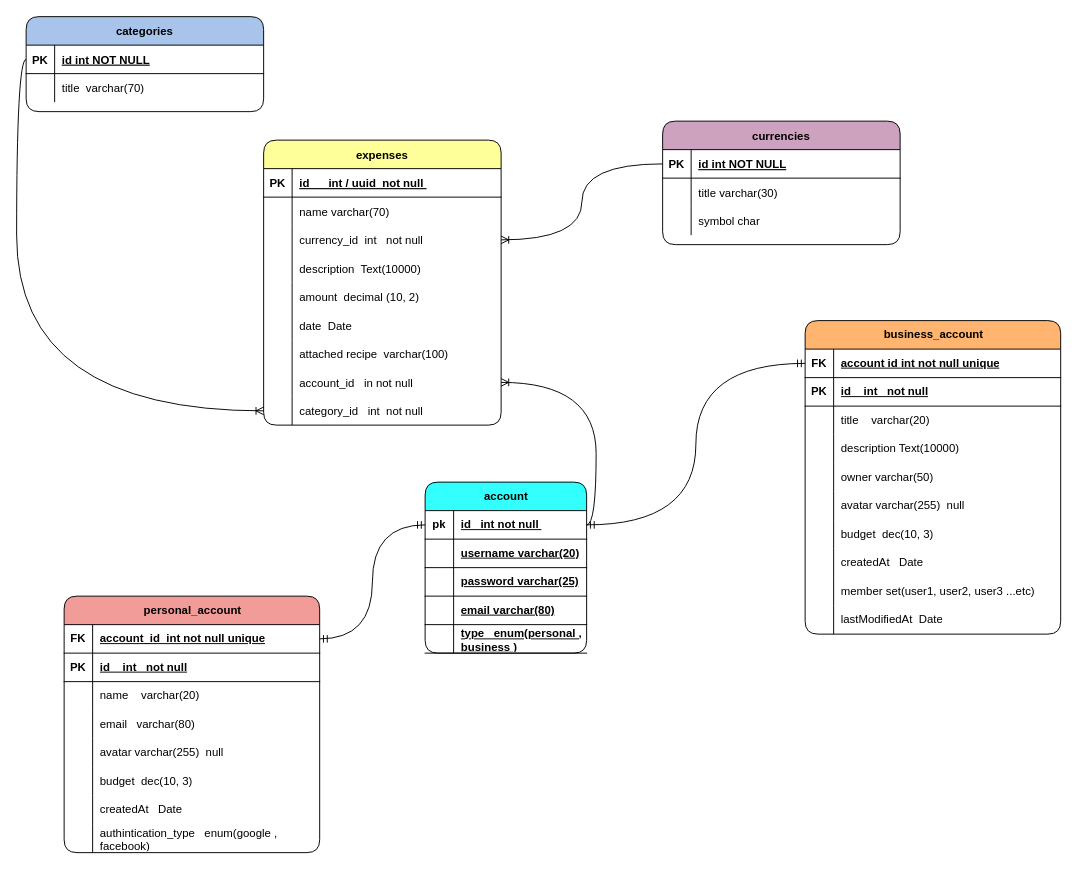
This is Untitled Diagram.drawio from aya-soghayyer/expense-tracker, a draw.io file, before an edit. Source tidied: cells renumbered, new cells numbered last; positions are measured from the earlier drawing's top-left corner, leaving out a move shared by most shapes. Both pictures are drawn from the tidied source at 95%, with x=0, y=0 at pixel (26, 16).
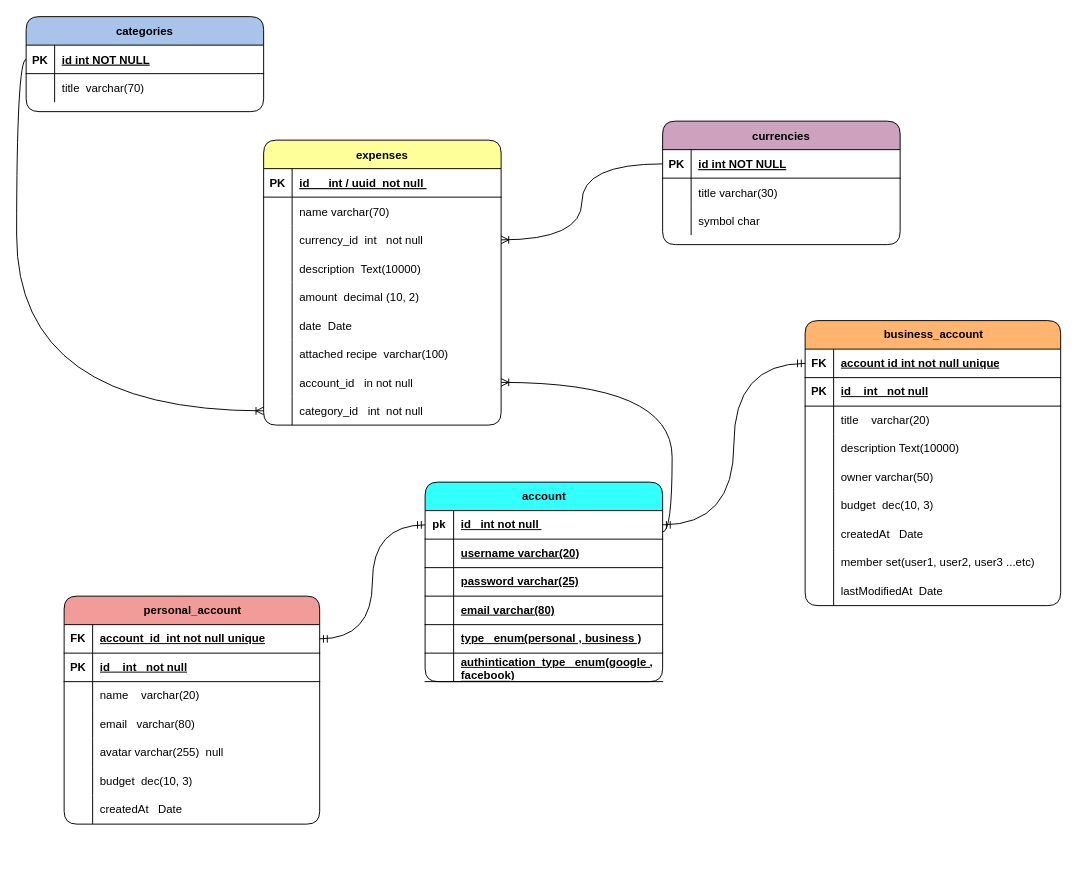
The same page after the edit.

What changed in the source:
```diff
@@
     <mxCell id="47" value="personal_account " style="shape=table;startSize=30;childLayout=tableLayout;rowLines=0;fontStyle=1;align=center;html=1;fillColor=#F19C99;rounded=1;" parent="1" vertex="1">
-      <mxGeometry x="40" y="610" width="269" height="270" as="geometry" />
+      <mxGeometry x="40" y="610" width="269" height="240" as="geometry" />
     </mxCell>
@@
-    <mxCell id="69" style="shape=tableRow;horizontal=0;startSize=0;swimlaneHead=0;swimlaneBody=0;fillColor=none;top=0;left=0;right=0;bottom=0;rounded=1;" parent="47" vertex="1">
-      <mxGeometry y="240" width="269" height="30" as="geometry" />
-    </mxCell>
-    <mxCell id="70" style="shape=partialRectangle;fillColor=none;top=0;left=0;bottom=0;right=0;overflow=hidden;whiteSpace=wrap;html=1;rounded=1;" parent="69" vertex="1">
-      <mxGeometry width="30" height="30" as="geometry" />
-    </mxCell>
-    <mxCell id="71" value="authintication_type&amp;nbsp; &amp;nbsp;enum(google , facebook)" style="shape=partialRectangle;fillColor=none;top=0;left=0;bottom=0;right=0;align=left;spacingLeft=6;overflow=hidden;whiteSpace=wrap;html=1;rounded=1;" parent="69" vertex="1">
-      <mxGeometry x="30" width="239" height="30" as="geometry" />
-    </mxCell>
     <mxCell id="72" value="business_account " style="shape=table;startSize=30;childLayout=tableLayout;rowLines=0;fontStyle=1;align=center;html=1;fillColor=#FFB570;rounded=1;" parent="1" vertex="1">
-      <mxGeometry x="820" y="320" width="269" height="330" as="geometry" />
+      <mxGeometry x="820" y="320" width="269" height="300" as="geometry" />
     </mxCell>
@@
-    <mxCell id="88" style="shape=tableRow;horizontal=0;startSize=0;swimlaneHead=0;swimlaneBody=0;fillColor=none;top=0;left=0;right=0;bottom=0;rounded=1;" parent="72" vertex="1">
-      <mxGeometry y="180" width="269" height="30" as="geometry" />
-    </mxCell>
-    <mxCell id="89" style="shape=partialRectangle;fillColor=none;top=0;left=0;bottom=0;right=0;overflow=hidden;whiteSpace=wrap;html=1;rounded=1;" parent="88" vertex="1">
-      <mxGeometry width="30" height="30" as="geometry" />
-    </mxCell>
-    <mxCell id="90" value="avatar varchar(255)&amp;nbsp; null&amp;nbsp;" style="shape=partialRectangle;fillColor=none;top=0;left=0;bottom=0;right=0;align=left;spacingLeft=6;overflow=hidden;whiteSpace=wrap;html=1;rounded=1;" parent="88" vertex="1">
-      <mxGeometry x="30" width="239" height="30" as="geometry" />
-    </mxCell>
     <mxCell id="91" style="shape=tableRow;horizontal=0;startSize=0;swimlaneHead=0;swimlaneBody=0;fillColor=none;top=0;left=0;right=0;bottom=0;rounded=1;" parent="72" vertex="1">
-      <mxGeometry y="210" width="269" height="30" as="geometry" />
+      <mxGeometry y="180" width="269" height="30" as="geometry" />
     </mxCell>
@@
     <mxCell id="94" style="shape=tableRow;horizontal=0;startSize=0;swimlaneHead=0;swimlaneBody=0;fillColor=none;top=0;left=0;right=0;bottom=0;rounded=1;" parent="72" vertex="1">
-      <mxGeometry y="240" width="269" height="30" as="geometry" />
+      <mxGeometry y="210" width="269" height="30" as="geometry" />
     </mxCell>
@@
     <mxCell id="97" style="shape=tableRow;horizontal=0;startSize=0;swimlaneHead=0;swimlaneBody=0;fillColor=none;top=0;left=0;right=0;bottom=0;rounded=1;" parent="72" vertex="1">
-      <mxGeometry y="270" width="269" height="30" as="geometry" />
+      <mxGeometry y="240" width="269" height="30" as="geometry" />
     </mxCell>
@@
     <mxCell id="100" style="shape=tableRow;horizontal=0;startSize=0;swimlaneHead=0;swimlaneBody=0;fillColor=none;top=0;left=0;right=0;bottom=0;rounded=1;" parent="72" vertex="1">
-      <mxGeometry y="300" width="269" height="30" as="geometry" />
+      <mxGeometry y="270" width="269" height="30" as="geometry" />
     </mxCell>
@@
     <mxCell id="103" value="account" style="shape=table;startSize=30;childLayout=tableLayout;rowLines=0;fontStyle=1;align=center;html=1;fillColor=#33FFFF;rounded=1;" parent="1" vertex="1">
-      <mxGeometry x="420" y="490" width="170" height="180" as="geometry" />
+      <mxGeometry x="420" y="490" width="250" height="210" as="geometry" />
     </mxCell>
     <mxCell id="104" style="shape=tableRow;horizontal=0;startSize=0;swimlaneHead=0;swimlaneBody=0;fillColor=none;points=[[0,0.5],[1,0.5]];portConstraint=eastwest;top=0;left=0;right=0;bottom=1;rounded=1;" parent="103" vertex="1">
-      <mxGeometry y="30" width="170" height="30" as="geometry" />
+      <mxGeometry y="30" width="250" height="30" as="geometry" />
     </mxCell>
@@
     <mxCell id="106" value="id&amp;nbsp; &amp;nbsp;int not null&amp;nbsp;" style="shape=partialRectangle;fillColor=none;top=0;left=0;bottom=0;right=0;align=left;spacingLeft=6;fontStyle=5;overflow=hidden;whiteSpace=wrap;html=1;rounded=1;" parent="104" vertex="1">
-      <mxGeometry x="30" width="140" height="30" as="geometry" />
+      <mxGeometry x="30" width="220" height="30" as="geometry" />
     </mxCell>
     <mxCell id="107" style="shape=tableRow;horizontal=0;startSize=0;swimlaneHead=0;swimlaneBody=0;fillColor=none;top=0;left=0;right=0;bottom=1;rounded=1;" parent="103" vertex="1">
-      <mxGeometry y="60" width="170" height="30" as="geometry" />
+      <mxGeometry y="60" width="250" height="30" as="geometry" />
     </mxCell>
@@
     <mxCell id="109" value="username varchar(20) " style="shape=partialRectangle;fillColor=none;top=0;left=0;bottom=0;right=0;align=left;spacingLeft=6;fontStyle=5;overflow=hidden;whiteSpace=wrap;html=1;rounded=1;" parent="107" vertex="1">
-      <mxGeometry x="30" width="140" height="30" as="geometry" />
+      <mxGeometry x="30" width="220" height="30" as="geometry" />
     </mxCell>
     <mxCell id="110" style="shape=tableRow;horizontal=0;startSize=0;swimlaneHead=0;swimlaneBody=0;fillColor=none;top=0;left=0;right=0;bottom=1;rounded=1;" parent="103" vertex="1">
-      <mxGeometry y="90" width="170" height="30" as="geometry" />
+      <mxGeometry y="90" width="250" height="30" as="geometry" />
     </mxCell>
@@
     <mxCell id="112" value="password varchar(25)" style="shape=partialRectangle;fillColor=none;top=0;left=0;bottom=0;right=0;align=left;spacingLeft=6;fontStyle=5;overflow=hidden;whiteSpace=wrap;html=1;rounded=1;" parent="110" vertex="1">
-      <mxGeometry x="30" width="140" height="30" as="geometry" />
+      <mxGeometry x="30" width="220" height="30" as="geometry" />
     </mxCell>
     <mxCell id="113" style="shape=tableRow;horizontal=0;startSize=0;swimlaneHead=0;swimlaneBody=0;fillColor=none;top=0;left=0;right=0;bottom=1;rounded=1;" parent="103" vertex="1">
-      <mxGeometry y="120" width="170" height="30" as="geometry" />
+      <mxGeometry y="120" width="250" height="30" as="geometry" />
     </mxCell>
@@
     <mxCell id="115" value="email varchar(80)" style="shape=partialRectangle;fillColor=none;top=0;left=0;bottom=0;right=0;align=left;spacingLeft=6;fontStyle=5;overflow=hidden;whiteSpace=wrap;html=1;rounded=1;" parent="113" vertex="1">
-      <mxGeometry x="30" width="140" height="30" as="geometry" />
+      <mxGeometry x="30" width="220" height="30" as="geometry" />
     </mxCell>
     <mxCell id="116" style="shape=tableRow;horizontal=0;startSize=0;swimlaneHead=0;swimlaneBody=0;fillColor=none;top=0;left=0;right=0;bottom=1;rounded=1;" parent="103" vertex="1">
-      <mxGeometry y="150" width="170" height="30" as="geometry" />
+      <mxGeometry y="150" width="250" height="30" as="geometry" />
     </mxCell>
@@
     <mxCell id="118" value="type&amp;nbsp;&amp;nbsp; enum(personal , business )" style="shape=partialRectangle;fillColor=none;top=0;left=0;bottom=0;right=0;align=left;spacingLeft=6;fontStyle=5;overflow=hidden;whiteSpace=wrap;html=1;rounded=1;" parent="116" vertex="1">
-      <mxGeometry x="30" width="140" height="30" as="geometry" />
+      <mxGeometry x="30" width="220" height="30" as="geometry" />
     </mxCell>
+    <mxCell id="124" style="shape=tableRow;horizontal=0;startSize=0;swimlaneHead=0;swimlaneBody=0;fillColor=none;top=0;left=0;right=0;bottom=1;rounded=1;" parent="103" vertex="1">
+      <mxGeometry y="180" width="250" height="30" as="geometry" />
+    </mxCell>
+    <mxCell id="125" style="shape=partialRectangle;fillColor=none;top=0;left=0;bottom=0;right=0;fontStyle=1;overflow=hidden;whiteSpace=wrap;html=1;rounded=1;" parent="124" vertex="1">
+      <mxGeometry width="30" height="30" as="geometry" />
+    </mxCell>
+    <mxCell id="71" value="authintication_type&amp;nbsp; &amp;nbsp;enum(google , facebook)" style="shape=partialRectangle;fillColor=none;top=0;left=0;bottom=0;right=0;align=left;spacingLeft=6;fontStyle=5;overflow=hidden;whiteSpace=wrap;html=1;rounded=1;" parent="124" vertex="1">
+      <mxGeometry x="30" width="220" height="30" as="geometry" />
+    </mxCell>
```
